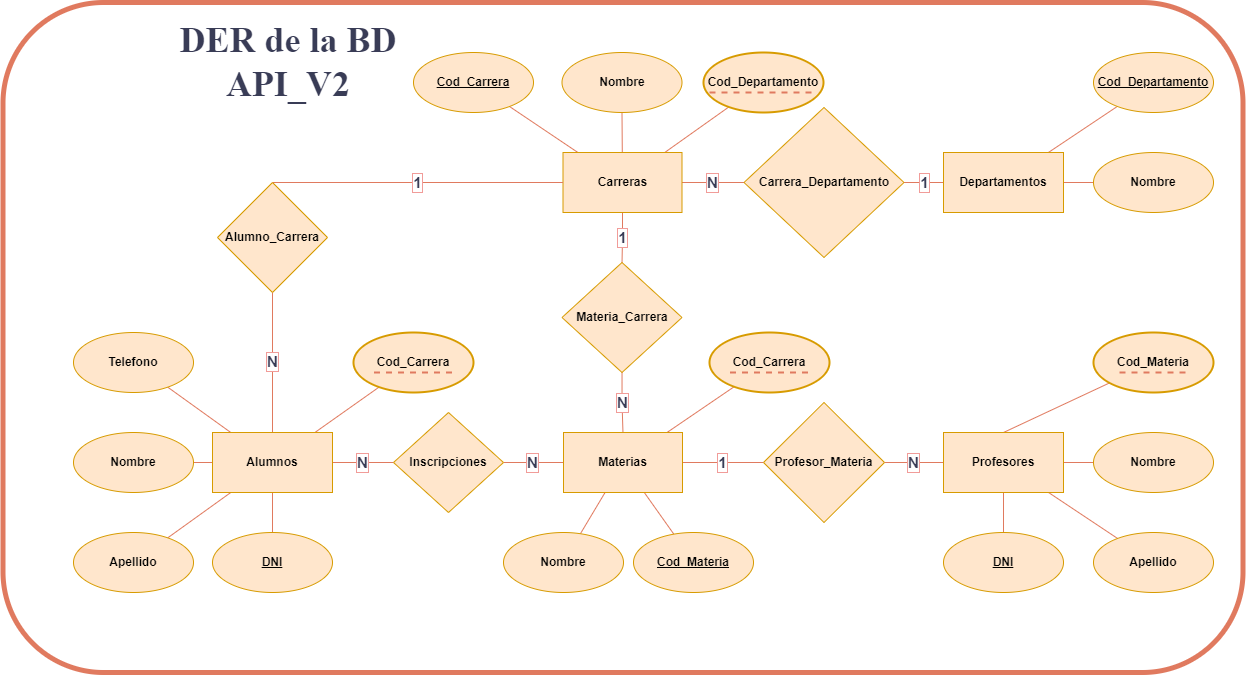
Above: DER_DB_API_V2.png in mauriciopintos/API_EP_2022 (draw.io), before the change. Source tidied: cells renumbered, new cells last; positions are measured from the earlier drawing's top-left corner, leaving out a move shared by most shapes.
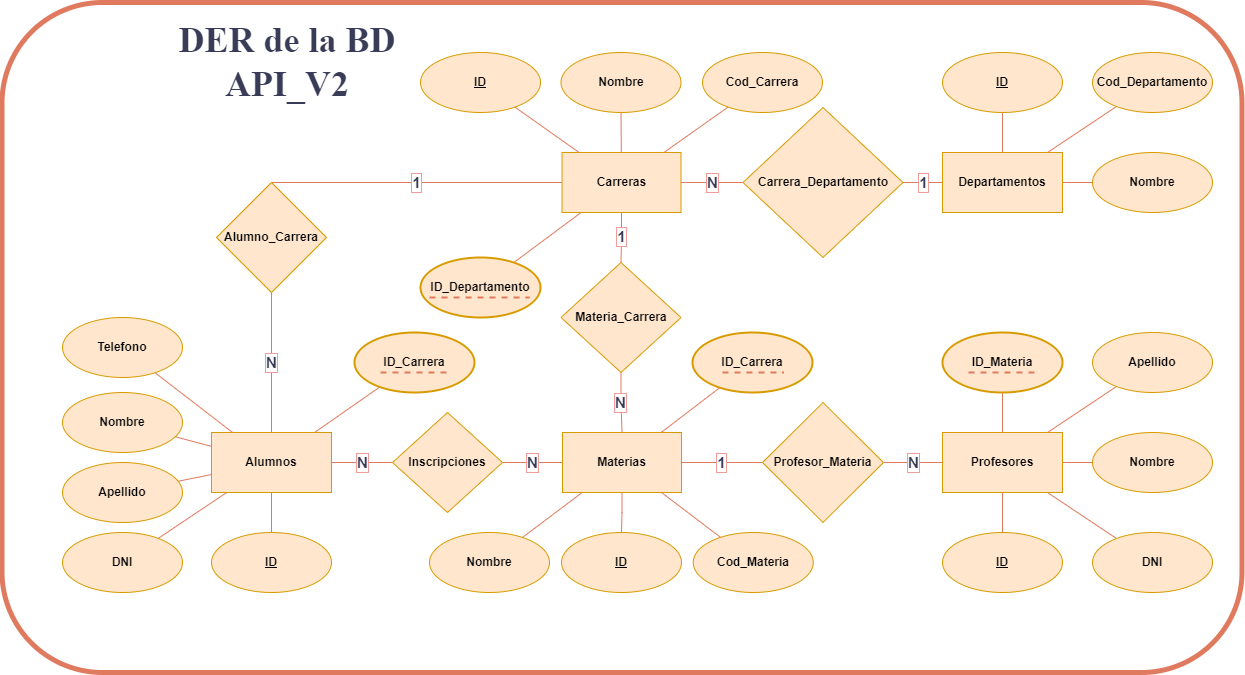
After the change.

Commit message:
Se actualiza DER con ID y FK

Change to the diagram source:
```diff
@@ -20,6 +20,9 @@
     <mxCell id="7" style="edgeStyle=none;shape=connector;rounded=0;jettySize=auto;html=1;labelBackgroundColor=#F4F1DE;strokeColor=#E07A5F;fontFamily=Times New Roman;fontSize=15;fontColor=#393C56;endArrow=none;endFill=0;fillColor=#F2CC8F;" parent="1" edge="1" source="8" target="56">
       <mxGeometry relative="1" as="geometry" />
     </mxCell>
+    <mxCell id="63" style="edgeStyle=none;rounded=0;jettySize=auto;html=1;labelBackgroundColor=#F4F1DE;endArrow=none;fontSize=12;strokeColor=#E07A5F;fontColor=#393C56;endFill=0;fillColor=#F2CC8F;" parent="1" edge="1" source="8" target="71">
+      <mxGeometry relative="1" as="geometry" />
+    </mxCell>
     <mxCell id="8" value="Carreras" style="whiteSpace=wrap;html=1;align=center;rounded=0;fillColor=#ffe6cc;strokeColor=#d79b00;fontStyle=1;" parent="1" vertex="1">
       <mxGeometry x="559.5" y="150" width="119" height="60" as="geometry" />
     </mxCell>
@@ -47,6 +50,9 @@
     <mxCell id="16" style="edgeStyle=none;shape=connector;rounded=0;jettySize=auto;html=1;labelBackgroundColor=#F4F1DE;strokeColor=#E07A5F;fontFamily=Times New Roman;fontSize=15;fontColor=#393C56;endArrow=none;endFill=0;fillColor=#F2CC8F;exitX=0.5;exitY=0;exitDx=0;exitDy=0;" parent="1" edge="1" source="23" target="57">
       <mxGeometry relative="1" as="geometry" />
     </mxCell>
+    <mxCell id="64" style="edgeStyle=orthogonalEdgeStyle;rounded=0;jettySize=auto;html=1;labelBackgroundColor=#F4F1DE;endArrow=none;fontSize=12;strokeColor=#E07A5F;fontColor=#393C56;endFill=0;fillColor=#F2CC8F;" parent="1" edge="1" source="17" target="69">
+      <mxGeometry relative="1" as="geometry" />
+    </mxCell>
     <mxCell id="17" value="Materias" style="whiteSpace=wrap;html=1;rounded=0;fillColor=#ffe6cc;strokeColor=#d79b00;fontStyle=1;" parent="1" vertex="1">
       <mxGeometry x="560" y="430" width="119" height="60" as="geometry" />
     </mxCell>
@@ -65,6 +71,9 @@
     <mxCell id="22" style="edgeStyle=none;shape=connector;rounded=0;jettySize=auto;html=1;labelBackgroundColor=#F4F1DE;strokeColor=#E07A5F;fontFamily=Helvetica;fontSize=12;fontColor=#393C56;endArrow=none;endFill=0;fillColor=#F2CC8F;" parent="1" edge="1" source="23" target="49">
       <mxGeometry relative="1" as="geometry" />
     </mxCell>
+    <mxCell id="65" style="edgeStyle=orthogonalEdgeStyle;rounded=0;jettySize=auto;html=1;labelBackgroundColor=#F4F1DE;endArrow=none;fontSize=12;strokeColor=#E07A5F;fontColor=#393C56;endFill=0;fillColor=#F2CC8F;" parent="1" edge="1" source="23" target="68">
+      <mxGeometry relative="1" as="geometry" />
+    </mxCell>
     <mxCell id="23" value="Profesores" style="whiteSpace=wrap;html=1;rounded=0;fillColor=#ffe6cc;strokeColor=#d79b00;fontStyle=1;" parent="1" vertex="1">
       <mxGeometry x="940" y="430" width="120" height="60" as="geometry" />
     </mxCell>
@@ -92,6 +101,9 @@
     <mxCell id="31" style="edgeStyle=none;shape=connector;rounded=0;jettySize=auto;html=1;labelBackgroundColor=#F4F1DE;strokeColor=#E07A5F;fontFamily=Times New Roman;fontSize=15;fontColor=#393C56;endArrow=none;endFill=0;fillColor=#F2CC8F;" parent="1" edge="1" source="32" target="58">
       <mxGeometry relative="1" as="geometry" />
     </mxCell>
+    <mxCell id="66" style="rounded=0;jettySize=auto;html=1;labelBackgroundColor=#F4F1DE;endArrow=none;fontSize=12;strokeColor=#E07A5F;fontColor=#393C56;endFill=0;fillColor=#F2CC8F;" parent="1" edge="1" source="32" target="70">
+      <mxGeometry relative="1" as="geometry" />
+    </mxCell>
     <mxCell id="32" value="Alumnos" style="whiteSpace=wrap;html=1;rounded=0;fillColor=#ffe6cc;strokeColor=#d79b00;fontStyle=1;" parent="1" vertex="1">
       <mxGeometry x="209" y="430" width="120" height="60" as="geometry" />
     </mxCell>
@@ -107,20 +119,23 @@
     <mxCell id="36" style="edgeStyle=none;shape=connector;rounded=0;jettySize=auto;html=1;labelBackgroundColor=#F4F1DE;strokeColor=#E07A5F;fontFamily=Helvetica;fontSize=12;fontColor=#393C56;endArrow=none;endFill=0;fillColor=#F2CC8F;" parent="1" edge="1" source="37" target="51">
       <mxGeometry relative="1" as="geometry" />
     </mxCell>
+    <mxCell id="67" style="edgeStyle=none;rounded=0;jettySize=auto;html=1;labelBackgroundColor=#F4F1DE;endArrow=none;fontSize=12;strokeColor=#E07A5F;fontColor=#393C56;endFill=0;fillColor=#F2CC8F;" parent="1" edge="1" source="37" target="72">
+      <mxGeometry relative="1" as="geometry" />
+    </mxCell>
     <mxCell id="37" value="Departamentos" style="whiteSpace=wrap;html=1;rounded=0;fillColor=#ffe6cc;strokeColor=#d79b00;fontStyle=1;" parent="1" vertex="1">
       <mxGeometry x="940" y="150" width="120" height="60" as="geometry" />
     </mxCell>
     <mxCell id="38" value="Apellido" style="ellipse;whiteSpace=wrap;html=1;fillColor=#ffe6cc;strokeColor=#d79b00;rounded=0;fontStyle=1;" parent="1" vertex="1">
-      <mxGeometry x="70" y="530" width="120" height="60" as="geometry" />
+      <mxGeometry x="60" y="460" width="120" height="60" as="geometry" />
     </mxCell>
     <mxCell id="39" value="Telefono" style="ellipse;whiteSpace=wrap;html=1;fillColor=#ffe6cc;strokeColor=#d79b00;rounded=0;fontStyle=1;" parent="1" vertex="1">
-      <mxGeometry x="70" y="330" width="120" height="60" as="geometry" />
+      <mxGeometry x="60" y="315" width="120" height="60" as="geometry" />
     </mxCell>
     <mxCell id="40" value="Nombre" style="ellipse;whiteSpace=wrap;html=1;fillColor=#ffe6cc;strokeColor=#d79b00;rounded=0;fontStyle=1;" parent="1" vertex="1">
-      <mxGeometry x="70" y="430" width="120" height="60" as="geometry" />
+      <mxGeometry x="60" y="390" width="120" height="60" as="geometry" />
     </mxCell>
     <mxCell id="41" value="Nombre" style="ellipse;whiteSpace=wrap;html=1;fillColor=#ffe6cc;strokeColor=#d79b00;rounded=0;fontStyle=1;" parent="1" vertex="1">
-      <mxGeometry x="500" y="530" width="120" height="60" as="geometry" />
+      <mxGeometry x="427" y="530" width="120" height="60" as="geometry" />
     </mxCell>
     <mxCell id="42" value="1" style="edgeStyle=none;rounded=0;jettySize=auto;html=1;exitX=0.5;exitY=0;exitDx=0;exitDy=0;entryX=0;entryY=0.5;entryDx=0;entryDy=0;strokeColor=#E07A5F;fontColor=#393C56;endArrow=none;endFill=0;fillColor=#F2CC8F;labelBackgroundColor=#FFFFFF;fontStyle=1;labelBorderColor=#F19C99;fontSize=15;" parent="1" edge="1" source="43" target="8">
       <mxGeometry relative="1" as="geometry" />
@@ -138,22 +153,22 @@
       <mxGeometry x="1090" y="430" width="120" height="60" as="geometry" />
     </mxCell>
     <mxCell id="47" value="Apellido" style="ellipse;whiteSpace=wrap;html=1;fillColor=#ffe6cc;strokeColor=#d79b00;rounded=0;fontStyle=1;" parent="1" vertex="1">
-      <mxGeometry x="1090" y="530" width="120" height="60" as="geometry" />
+      <mxGeometry x="1090" y="330" width="120" height="60" as="geometry" />
     </mxCell>
-    <mxCell id="48" value="DNI" style="ellipse;whiteSpace=wrap;html=1;fillColor=#ffe6cc;strokeColor=#d79b00;rounded=0;fontStyle=5;" parent="1" vertex="1">
-      <mxGeometry x="209" y="530" width="120" height="60" as="geometry" />
+    <mxCell id="48" value="DNI" style="ellipse;whiteSpace=wrap;html=1;fillColor=#ffe6cc;strokeColor=#d79b00;rounded=0;fontStyle=1;" parent="1" vertex="1">
+      <mxGeometry x="60" y="530" width="120" height="60" as="geometry" />
     </mxCell>
-    <mxCell id="49" value="DNI" style="ellipse;whiteSpace=wrap;html=1;fillColor=#ffe6cc;strokeColor=#d79b00;rounded=0;fontStyle=5;" parent="1" vertex="1">
-      <mxGeometry x="940" y="530" width="120" height="60" as="geometry" />
+    <mxCell id="49" value="DNI" style="ellipse;whiteSpace=wrap;html=1;fillColor=#ffe6cc;strokeColor=#d79b00;rounded=0;fontStyle=1;" parent="1" vertex="1">
+      <mxGeometry x="1090" y="530" width="120" height="60" as="geometry" />
     </mxCell>
-    <mxCell id="50" value="Cod_Materia" style="ellipse;whiteSpace=wrap;html=1;fillColor=#ffe6cc;strokeColor=#d79b00;rounded=0;fontStyle=5;" parent="1" vertex="1">
-      <mxGeometry x="630" y="530" width="120" height="60" as="geometry" />
+    <mxCell id="50" value="Cod_Materia" style="ellipse;whiteSpace=wrap;html=1;fillColor=#ffe6cc;strokeColor=#d79b00;rounded=0;fontStyle=1;" parent="1" vertex="1">
+      <mxGeometry x="690.8" y="530" width="120" height="60" as="geometry" />
     </mxCell>
-    <mxCell id="51" value="Cod_Departamento" style="ellipse;whiteSpace=wrap;html=1;fillColor=#ffe6cc;strokeColor=#d79b00;rounded=0;fontStyle=5;" parent="1" vertex="1">
+    <mxCell id="51" value="Cod_Departamento" style="ellipse;whiteSpace=wrap;html=1;fillColor=#ffe6cc;strokeColor=#d79b00;rounded=0;fontStyle=1;" parent="1" vertex="1">
       <mxGeometry x="1090" y="50" width="120" height="60" as="geometry" />
     </mxCell>
-    <mxCell id="52" value="Cod_Carrera" style="ellipse;whiteSpace=wrap;html=1;fillColor=#ffe6cc;strokeColor=#d79b00;rounded=0;fontStyle=5;" parent="1" vertex="1">
-      <mxGeometry x="410" y="50" width="120" height="60" as="geometry" />
+    <mxCell id="52" value="Cod_Carrera" style="ellipse;whiteSpace=wrap;html=1;fillColor=#ffe6cc;strokeColor=#d79b00;rounded=0;fontStyle=1;" parent="1" vertex="1">
+      <mxGeometry x="700" y="50" width="120" height="60" as="geometry" />
     </mxCell>
     <mxCell id="53" style="edgeStyle=none;shape=connector;rounded=0;orthogonalLoop=1;jettySize=auto;html=1;exitX=0;exitY=0.5;exitDx=0;exitDy=0;labelBackgroundColor=#F4F1DE;strokeColor=#E07A5F;fontFamily=Helvetica;fontSize=12;fontColor=#393C56;endArrow=none;endFill=0;fillColor=#F2CC8F;" parent="1" edge="1">
       <mxGeometry relative="1" as="geometry">
@@ -164,29 +179,44 @@
     <mxCell id="54" value="&lt;h1&gt;&lt;font face=&quot;Times New Roman&quot; style=&quot;font-size: 36px;&quot;&gt;&lt;b style=&quot;&quot;&gt;DER de la BD API_V2&lt;/b&gt;&lt;/font&gt;&lt;/h1&gt;" style="text;html=1;strokeColor=none;fillColor=none;align=center;verticalAlign=middle;whiteSpace=wrap;rounded=0;fontFamily=Helvetica;fontSize=12;fontColor=#393C56;" parent="1" vertex="1">
       <mxGeometry x="130" y="10" width="310" height="100" as="geometry" />
     </mxCell>
-    <mxCell id="55" value="Cod_Carrera" style="ellipse;whiteSpace=wrap;html=1;fillColor=#ffe6cc;strokeColor=#d79b00;rounded=0;fontStyle=1;strokeWidth=2;" parent="1" vertex="1">
-      <mxGeometry x="706" y="330" width="120" height="60" as="geometry" />
+    <mxCell id="55" value="ID_Carrera" style="ellipse;whiteSpace=wrap;html=1;fillColor=#ffe6cc;strokeColor=#d79b00;rounded=0;fontStyle=1;strokeWidth=2;" parent="1" vertex="1">
+      <mxGeometry x="690" y="330" width="120" height="60" as="geometry" />
     </mxCell>
-    <mxCell id="56" value="Cod_Departamento" style="ellipse;whiteSpace=wrap;html=1;fillColor=#ffe6cc;strokeColor=#d79b00;rounded=0;fontStyle=1;strokeWidth=2;" parent="1" vertex="1">
-      <mxGeometry x="700" y="50" width="120" height="60" as="geometry" />
+    <mxCell id="56" value="ID_Departamento" style="ellipse;whiteSpace=wrap;html=1;fillColor=#ffe6cc;strokeColor=#d79b00;rounded=0;fontStyle=1;strokeWidth=2;" parent="1" vertex="1">
+      <mxGeometry x="418" y="255" width="120" height="60" as="geometry" />
     </mxCell>
-    <mxCell id="57" value="Cod_Materia" style="ellipse;whiteSpace=wrap;html=1;fillColor=#ffe6cc;strokeColor=#d79b00;rounded=0;fontStyle=1;strokeWidth=2;" parent="1" vertex="1">
-      <mxGeometry x="1090" y="330" width="120" height="60" as="geometry" />
+    <mxCell id="57" value="ID_Materia" style="ellipse;whiteSpace=wrap;html=1;fillColor=#ffe6cc;strokeColor=#d79b00;rounded=0;fontStyle=1;strokeWidth=2;" parent="1" vertex="1">
+      <mxGeometry x="940" y="330" width="120" height="60" as="geometry" />
     </mxCell>
-    <mxCell id="58" value="Cod_Carrera" style="ellipse;whiteSpace=wrap;html=1;fillColor=#ffe6cc;strokeColor=#d79b00;rounded=0;fontStyle=1;strokeWidth=2;" parent="1" vertex="1">
-      <mxGeometry x="350" y="330" width="120" height="60" as="geometry" />
+    <mxCell id="58" value="ID_Carrera" style="ellipse;whiteSpace=wrap;html=1;fillColor=#ffe6cc;strokeColor=#d79b00;rounded=0;fontStyle=1;strokeWidth=2;" parent="1" vertex="1">
+      <mxGeometry x="352" y="330" width="120" height="60" as="geometry" />
     </mxCell>
     <mxCell id="59" style="line;strokeWidth=2;html=1;perimeter=backbonePerimeter;rounded=0;strokeColor=#E07A5F;fontFamily=Times New Roman;fontSize=15;fontColor=#393C56;fillColor=#F2CC8F;dashed=1;" parent="1" vertex="1">
-      <mxGeometry x="1116" y="365" width="68" height="10" as="geometry" />
+      <mxGeometry x="966" y="365" width="68" height="10" as="geometry" />
     </mxCell>
     <mxCell id="60" style="line;strokeWidth=2;html=1;perimeter=backbonePerimeter;rounded=0;strokeColor=#E07A5F;fontFamily=Times New Roman;fontSize=15;fontColor=#393C56;fillColor=#F2CC8F;dashed=1;" parent="1" vertex="1">
-      <mxGeometry x="706" y="85" width="104" height="10" as="geometry" />
+      <mxGeometry x="427" y="290" width="100" height="10" as="geometry" />
     </mxCell>
     <mxCell id="61" style="line;strokeWidth=2;html=1;perimeter=backbonePerimeter;rounded=0;strokeColor=#E07A5F;fontFamily=Times New Roman;fontSize=15;fontColor=#393C56;fillColor=#F2CC8F;dashed=1;" parent="1" vertex="1">
-      <mxGeometry x="726.5" y="365" width="79" height="10" as="geometry" />
+      <mxGeometry x="720" y="365" width="61.5" height="10" as="geometry" />
     </mxCell>
     <mxCell id="62" style="line;strokeWidth=2;html=1;perimeter=backbonePerimeter;rounded=0;strokeColor=#E07A5F;fontFamily=Times New Roman;fontSize=15;fontColor=#393C56;fillColor=#F2CC8F;dashed=1;" parent="1" vertex="1">
-      <mxGeometry x="370.5" y="365" width="79" height="10" as="geometry" />
+      <mxGeometry x="378" y="365" width="70" height="10" as="geometry" />
     </mxCell>
+    <mxCell id="68" value="ID" style="ellipse;whiteSpace=wrap;html=1;fillColor=#ffe6cc;strokeColor=#d79b00;rounded=0;fontStyle=5;" parent="1" vertex="1">
+      <mxGeometry x="940" y="530" width="120" height="60" as="geometry" />
+    </mxCell>
+    <mxCell id="69" value="ID" style="ellipse;whiteSpace=wrap;html=1;fillColor=#ffe6cc;strokeColor=#d79b00;rounded=0;fontStyle=5;" parent="1" vertex="1">
+      <mxGeometry x="559" y="530" width="120" height="60" as="geometry" />
+    </mxCell>
+    <mxCell id="70" value="ID" style="ellipse;whiteSpace=wrap;html=1;fillColor=#ffe6cc;strokeColor=#d79b00;rounded=0;fontStyle=5;" parent="1" vertex="1">
+      <mxGeometry x="209" y="530" width="120" height="60" as="geometry" />
+    </mxCell>
+    <mxCell id="71" value="ID" style="ellipse;whiteSpace=wrap;html=1;fillColor=#ffe6cc;strokeColor=#d79b00;rounded=0;fontStyle=5;" parent="1" vertex="1">
+      <mxGeometry x="418" y="50" width="120" height="60" as="geometry" />
+    </mxCell>
+    <mxCell id="72" value="ID" style="ellipse;whiteSpace=wrap;html=1;fillColor=#ffe6cc;strokeColor=#d79b00;rounded=0;fontStyle=5;" parent="1" vertex="1">
+      <mxGeometry x="940" y="50" width="120" height="60" as="geometry" />
+    </mxCell>
   </root>
 </mxGraphModel>
```
